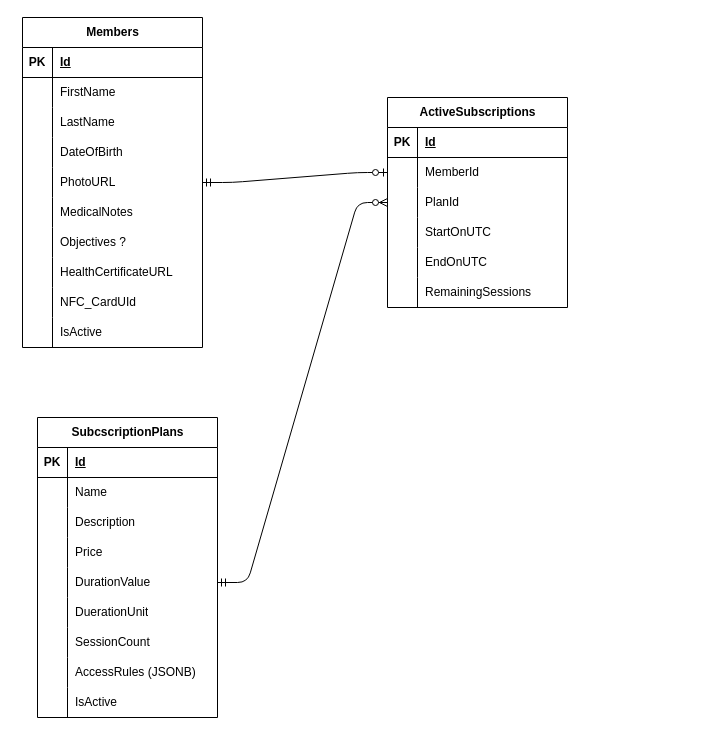
This is resources/diagrams/membership_db.drawio from Mohammed-Islam123/FitTech.Backend, a draw.io file, before an edit. Source tidied: cells renumbered, new cells numbered last; positions are measured from the earlier drawing's top-left corner, leaving out a move shared by most shapes. Both pictures are drawn from the tidied source at 100%, with x=0, y=0 at pixel (22, 17).
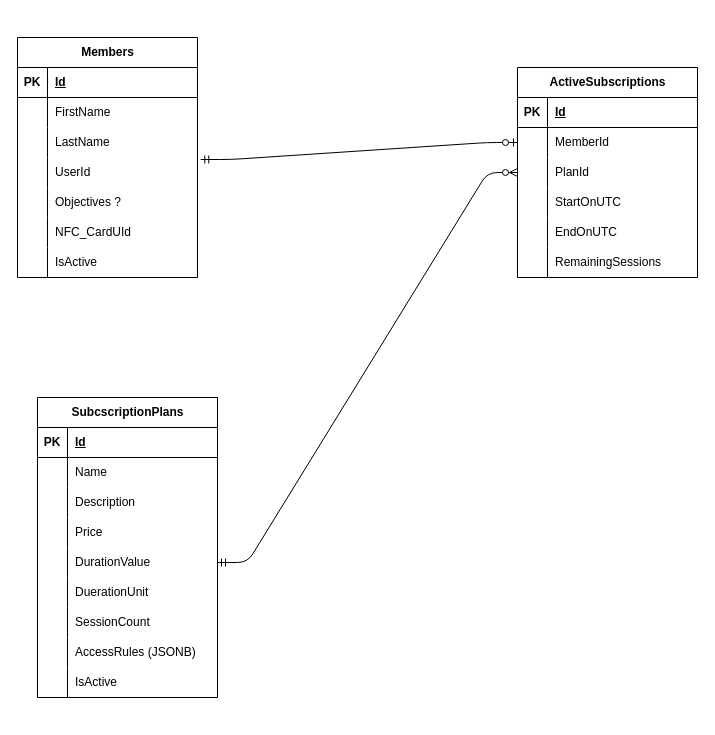
The same page after the edit.

The change refers to these unchanged cells:
```xml
<mxCell id="34" style="shape=tableRow;horizontal=0;startSize=0;swimlaneHead=0;swimlaneBody=0;fillColor=none;points=[[0,0.5],[1,0.5]];portConstraint=eastwest;top=0;left=0;right=0;bottom=0;" parent="30" vertex="1">
  <mxGeometry y="60" width="180" height="30" as="geometry" />
</mxCell>
<mxCell id="59" style="shape=tableRow;horizontal=0;startSize=0;swimlaneHead=0;swimlaneBody=0;fillColor=none;points=[[0,0.5],[1,0.5]];portConstraint=eastwest;top=0;left=0;right=0;bottom=0;" parent="49" vertex="1">
  <mxGeometry y="120" width="180" height="30" as="geometry" />
</mxCell>
```

Diff of the diagram source:
```diff
@@
     <mxCell id="2" value="SubcscriptionPlans" style="shape=table;startSize=30;childLayout=tableLayout;rowLines=0;fontStyle=1;align=center;html=1;" parent="1" vertex="1">
-      <mxGeometry x="15" y="400" width="180" height="300" as="geometry" />
+      <mxGeometry x="15" y="380" width="180" height="300" as="geometry" />
     </mxCell>
@@
     <mxCell id="30" value="ActiveSubscriptions" style="shape=table;startSize=30;childLayout=tableLayout;rowLines=0;fontStyle=1;align=center;html=1;" parent="1" vertex="1">
-      <mxGeometry x="365" y="80" width="180" height="210" as="geometry" />
+      <mxGeometry x="495" y="50" width="180" height="210" as="geometry" />
     </mxCell>
@@
     <mxCell id="49" value="Members" style="shape=table;startSize=30;childLayout=tableLayout;rowLines=0;fontStyle=1;align=center;html=1;" parent="1" vertex="1">
-      <mxGeometry width="180" height="330" as="geometry" />
+      <mxGeometry x="-5" y="20" width="180" height="240" as="geometry" />
     </mxCell>
@@
-    <mxCell id="61" value="DateOfBirth" style="shape=partialRectangle;fillColor=none;top=0;left=0;bottom=0;right=0;align=left;spacingLeft=6;overflow=hidden;whiteSpace=wrap;html=1;" parent="59" vertex="1">
+    <mxCell id="61" value="UserId" style="shape=partialRectangle;fillColor=none;top=0;left=0;bottom=0;right=0;align=left;spacingLeft=6;overflow=hidden;whiteSpace=wrap;html=1;" parent="59" vertex="1">
       <mxGeometry x="30" width="150" height="30" as="geometry" />
     </mxCell>
-    <mxCell id="62" style="shape=tableRow;horizontal=0;startSize=0;swimlaneHead=0;swimlaneBody=0;fillColor=none;points=[[0,0.5],[1,0.5]];portConstraint=eastwest;top=0;left=0;right=0;bottom=0;" parent="49" vertex="1">
-      <mxGeometry y="150" width="180" height="30" as="geometry" />
-    </mxCell>
-    <mxCell id="63" style="shape=partialRectangle;fillColor=none;top=0;left=0;bottom=0;right=0;overflow=hidden;whiteSpace=wrap;html=1;" parent="62" vertex="1">
-      <mxGeometry width="30" height="30" as="geometry" />
-    </mxCell>
-    <mxCell id="64" value="PhotoURL" style="shape=partialRectangle;fillColor=none;top=0;left=0;bottom=0;right=0;align=left;spacingLeft=6;overflow=hidden;whiteSpace=wrap;html=1;" parent="62" vertex="1">
-      <mxGeometry x="30" width="150" height="30" as="geometry" />
-    </mxCell>
-    <mxCell id="65" style="shape=tableRow;horizontal=0;startSize=0;swimlaneHead=0;swimlaneBody=0;fillColor=none;top=0;left=0;right=0;bottom=0;" parent="49" vertex="1">
-      <mxGeometry y="180" width="180" height="30" as="geometry" />
-    </mxCell>
-    <mxCell id="66" style="shape=partialRectangle;fillColor=none;top=0;left=0;bottom=0;right=0;overflow=hidden;whiteSpace=wrap;html=1;" parent="65" vertex="1">
-      <mxGeometry width="30" height="30" as="geometry" />
-    </mxCell>
-    <mxCell id="67" value="MedicalNotes" style="shape=partialRectangle;fillColor=none;top=0;left=0;bottom=0;right=0;align=left;spacingLeft=6;overflow=hidden;whiteSpace=wrap;html=1;" parent="65" vertex="1">
-      <mxGeometry x="30" width="150" height="30" as="geometry" />
-    </mxCell>
     <mxCell id="68" style="shape=tableRow;horizontal=0;startSize=0;swimlaneHead=0;swimlaneBody=0;fillColor=none;top=0;left=0;right=0;bottom=0;" parent="49" vertex="1">
-      <mxGeometry y="210" width="180" height="30" as="geometry" />
+      <mxGeometry y="150" width="180" height="30" as="geometry" />
     </mxCell>
@@
-    <mxCell id="71" style="shape=tableRow;horizontal=0;startSize=0;swimlaneHead=0;swimlaneBody=0;fillColor=none;top=0;left=0;right=0;bottom=0;" parent="49" vertex="1">
-      <mxGeometry y="240" width="180" height="30" as="geometry" />
-    </mxCell>
-    <mxCell id="72" style="shape=partialRectangle;fillColor=none;top=0;left=0;bottom=0;right=0;overflow=hidden;whiteSpace=wrap;html=1;" parent="71" vertex="1">
-      <mxGeometry width="30" height="30" as="geometry" />
-    </mxCell>
-    <mxCell id="73" value="HealthCertificateURL" style="shape=partialRectangle;fillColor=none;top=0;left=0;bottom=0;right=0;align=left;spacingLeft=6;overflow=hidden;whiteSpace=wrap;html=1;" parent="71" vertex="1">
-      <mxGeometry x="30" width="150" height="30" as="geometry" />
-    </mxCell>
     <mxCell id="74" style="shape=tableRow;horizontal=0;startSize=0;swimlaneHead=0;swimlaneBody=0;fillColor=none;top=0;left=0;right=0;bottom=0;" parent="49" vertex="1">
-      <mxGeometry y="270" width="180" height="30" as="geometry" />
+      <mxGeometry y="180" width="180" height="30" as="geometry" />
     </mxCell>
@@
     <mxCell id="77" style="shape=tableRow;horizontal=0;startSize=0;swimlaneHead=0;swimlaneBody=0;fillColor=none;top=0;left=0;right=0;bottom=0;" parent="49" vertex="1">
-      <mxGeometry y="300" width="180" height="30" as="geometry" />
+      <mxGeometry y="210" width="180" height="30" as="geometry" />
     </mxCell>
@@
-    <mxCell id="81" style="edgeStyle=entityRelationEdgeStyle;fontSize=12;html=1;endArrow=ERzeroToOne;startArrow=ERmandOne;exitX=1;exitY=0.5;exitDx=0;exitDy=0;" parent="1" edge="1" source="62" target="34">
+    <mxCell id="81" style="edgeStyle=entityRelationEdgeStyle;fontSize=12;html=1;endArrow=ERzeroToOne;startArrow=ERmandOne;exitX=1.018;exitY=0.067;exitDx=0;exitDy=0;exitPerimeter=0;" parent="1" edge="1" source="59" target="34">
       <mxGeometry relative="1" as="geometry" />
     </mxCell>
```
